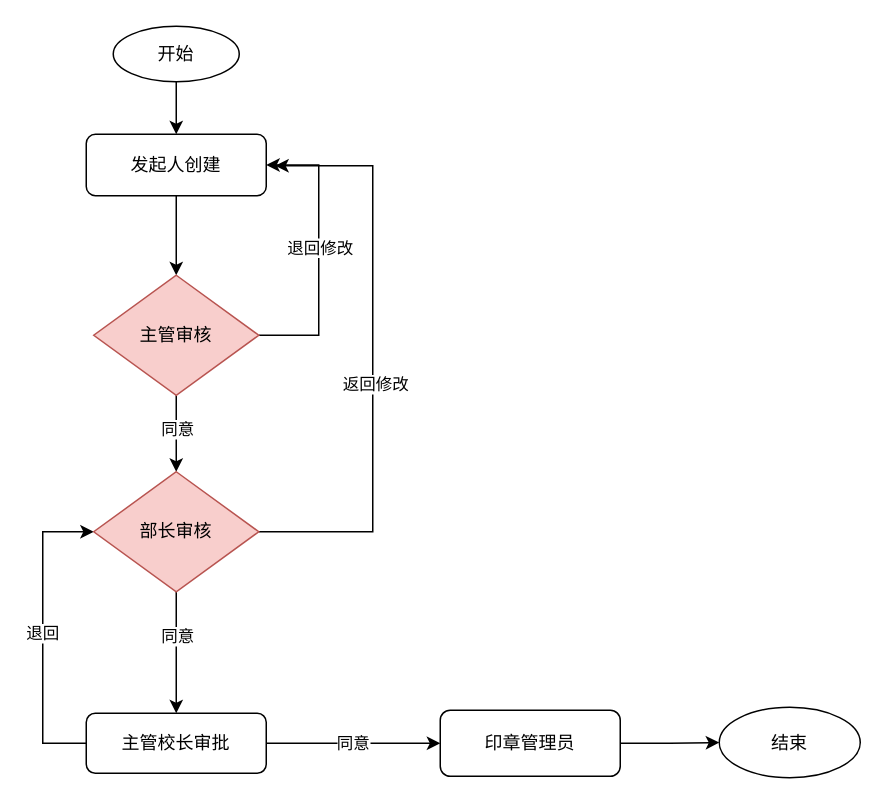
This is docs/01用印申请.drawio from zhangxingmin/brew, a draw.io file, before an edit. Source tidied: cells renumbered, new cells numbered last; positions are measured from the earlier drawing's top-left corner, leaving out a move shared by most shapes. Both pictures are drawn from the tidied source at 150%, with x=0, y=0 at pixel (42, 26).
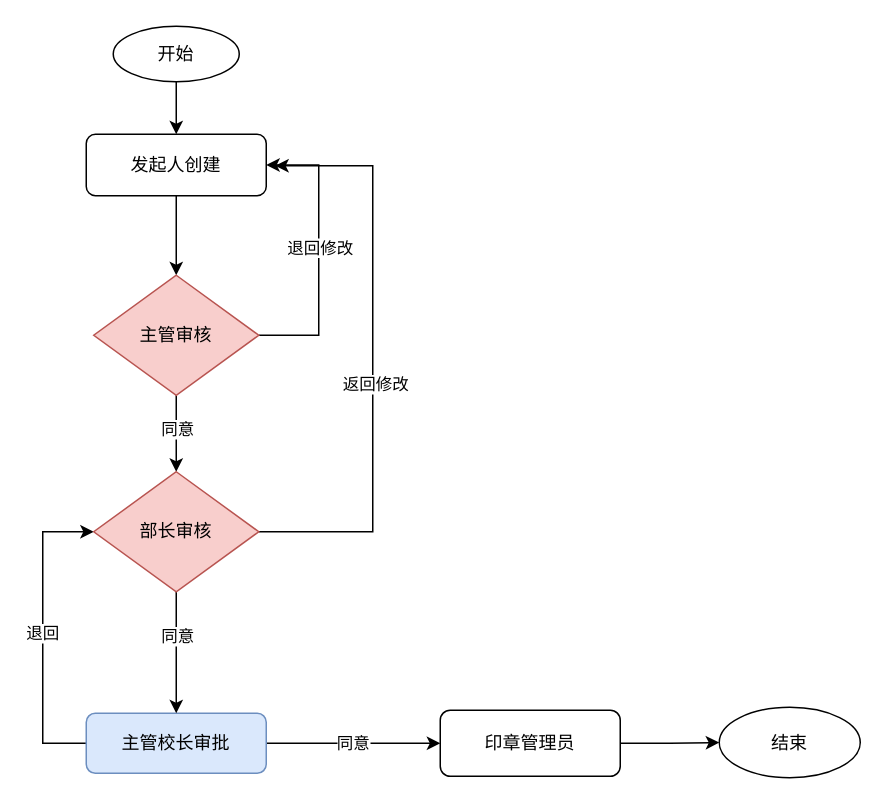
The same diagram, later.

Commit message (it also covers changes not shown here):
更新01用印申请.drawio

Change to the diagram source:
```diff
@@
-    <mxCell id="13" value="主管校长审批" style="rounded=1;whiteSpace=wrap;html=1;" parent="1" vertex="1">
+    <mxCell id="13" value="主管校长审批" style="rounded=1;whiteSpace=wrap;html=1;fillColor=#dae8fc;strokeColor=#6c8ebf;" parent="1" vertex="1">
       <mxGeometry x="29" y="458" width="120" height="40" as="geometry" />
     </mxCell>
```
